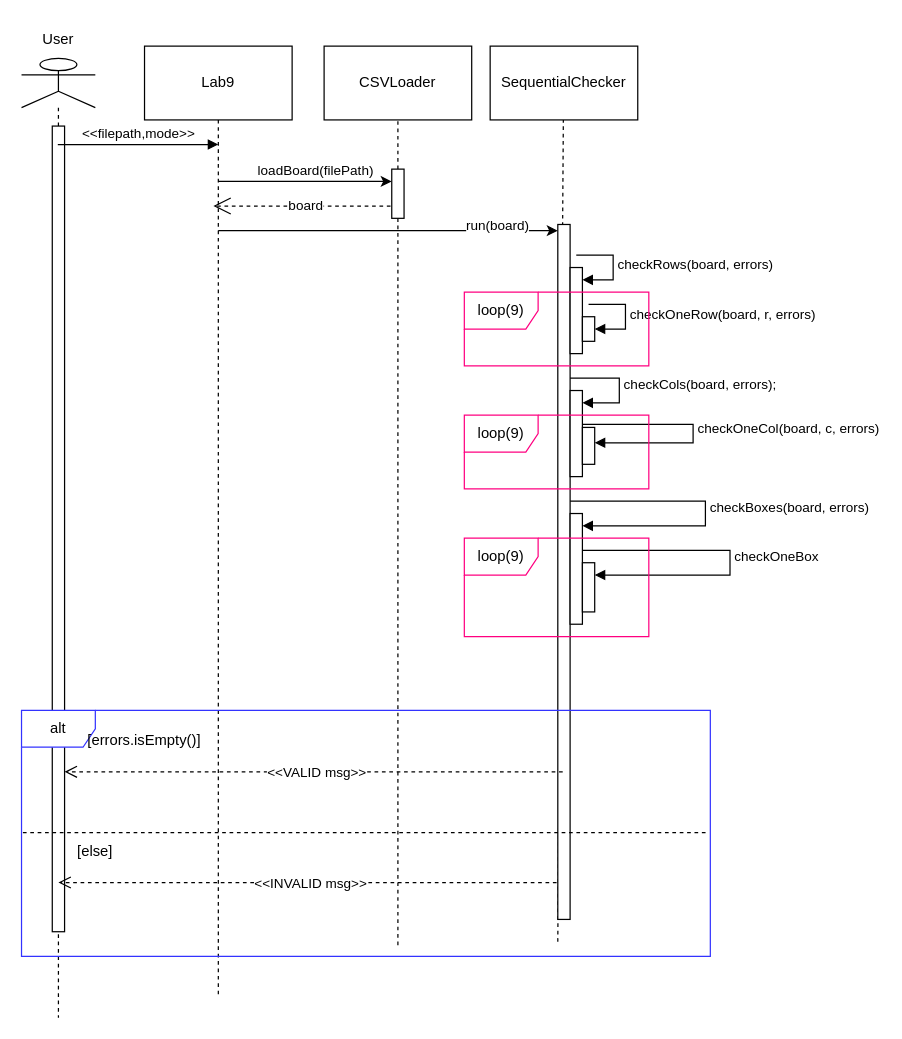
Above: mode0Sequence.drawio in asmaa580/Lab9 (draw.io), before the change. Source tidied: cells renumbered, new cells numbered last; positions are measured from the earlier drawing's top-left corner, leaving out a move shared by most shapes. Both pictures are drawn from the tidied source at 123%, with x=0, y=0 at pixel (21, 21).
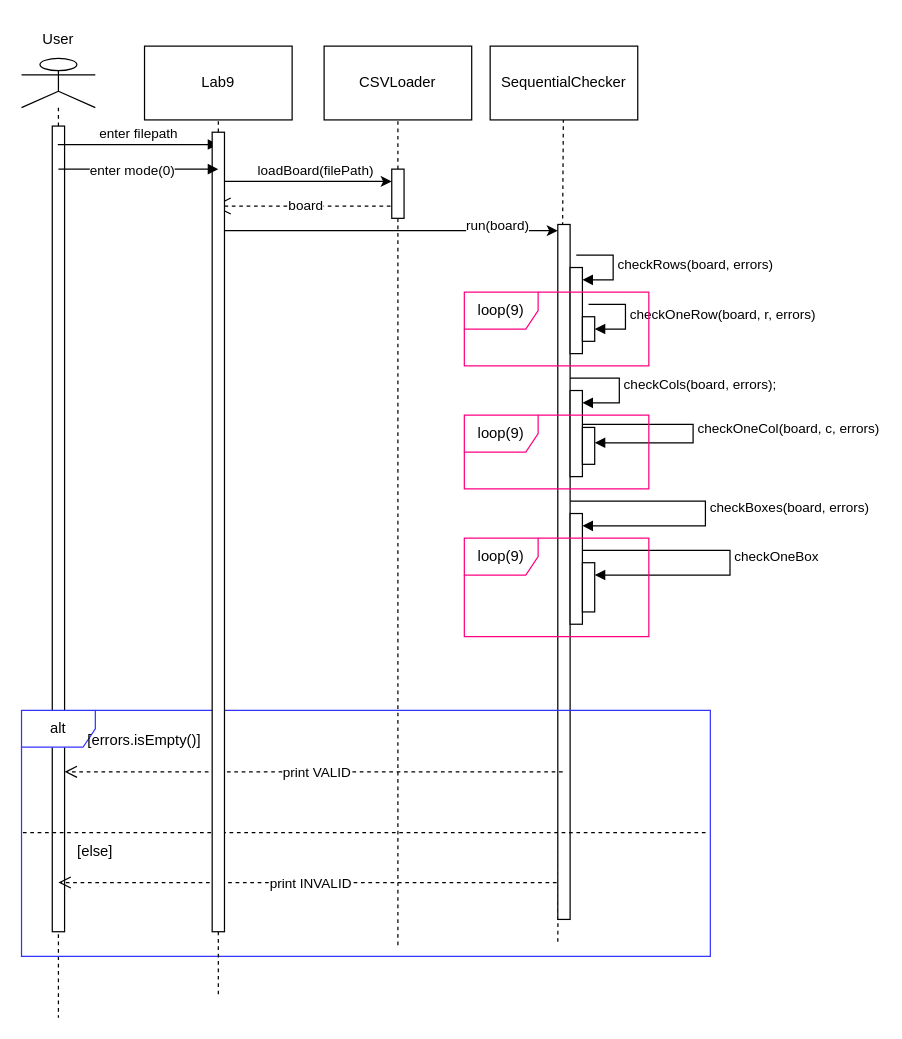
After the change.

Commit message:
final changes to mode0 sequence diagram

The change refers to these unchanged cells:
```xml
<mxCell id="26" value="Lab9" style="rounded=0;whiteSpace=wrap;html=1;" parent="1" vertex="1">
  <mxGeometry x="100" y="20" width="120" height="60" as="geometry" />
</mxCell>
<mxCell id="27" style="shape=umlLifeline;perimeter=lifelinePerimeter;whiteSpace=wrap;html=1;outlineConnect=0;portConstraint=eastwest;newEdgeStyle={&quot;curved&quot;:0,&quot;rounded&quot;:0};participant=umlActor;" parent="1" vertex="1">
  <mxGeometry y="30" width="60" height="780" as="geometry" />
</mxCell>
<mxCell id="28" style="html=1;points=[[0,0,0,0,5],[0,1,0,0,-5],[1,0,0,0,5],[1,1,0,0,-5]];perimeter=orthogonalPerimeter;outlineConnect=0;targetShapes=umlLifeline;portConstraint=eastwest;newEdgeStyle={&quot;curved&quot;:0,&quot;rounded&quot;:0};" parent="27" vertex="1">
  <mxGeometry x="25" y="55" width="10" height="655" as="geometry" />
</mxCell>
```

Diff of the diagram source:
```diff
@@
-    <mxCell id="29" style="endArrow=none;dashed=1;html=1;rounded=0;entryX=0.5;entryY=1;entryDx=0;entryDy=0;" parent="1" edge="1" target="26">
-      <mxGeometry relative="1" as="geometry">
-        <mxPoint x="160" y="790.9" as="sourcePoint" />
-      </mxGeometry>
+    <mxCell id="29" style="endArrow=none;dashed=1;html=1;rounded=0;entryX=0.5;entryY=1;entryDx=0;entryDy=0;" parent="1" edge="1" source="42" target="26">
+      <mxGeometry relative="1" as="geometry" />
     </mxCell>
@@
-    <mxCell id="31" value="&amp;lt;&amp;lt;filepath,mode&amp;gt;&amp;gt;" style="html=1;verticalAlign=bottom;endArrow=block;curved=0;rounded=0;" parent="1" edge="1" source="27">
+    <mxCell id="31" value="enter filepath" style="html=1;verticalAlign=bottom;endArrow=block;curved=0;rounded=0;" parent="1" edge="1" source="27">
       <mxGeometry relative="1" as="geometry">
         <mxPoint x="160" y="100" as="targetPoint" />
       </mxGeometry>
     </mxCell>
@@
-    <mxCell id="39" value="&amp;lt;&amp;lt;VALID msg&amp;gt;&amp;gt;" style="html=1;verticalAlign=bottom;endArrow=open;dashed=1;endSize=8;curved=0;rounded=0;" parent="1" edge="1" target="28">
+    <mxCell id="39" value="print VALID" style="html=1;verticalAlign=bottom;endArrow=open;dashed=1;endSize=8;curved=0;rounded=0;" parent="1" edge="1" target="28">
       <mxGeometry x="-0.01" y="10" relative="1" as="geometry">
         <mxPoint x="440" y="610" as="sourcePoint" />
       </mxGeometry>
     </mxCell>
-    <mxCell id="40" value="&amp;lt;&amp;lt;INVALID msg&amp;gt;&amp;gt;" style="html=1;verticalAlign=bottom;endArrow=open;dashed=1;endSize=8;curved=0;rounded=0;" parent="1" edge="1">
+    <mxCell id="40" value="print INVALID" style="html=1;verticalAlign=bottom;endArrow=open;dashed=1;endSize=8;curved=0;rounded=0;" parent="1" edge="1">
       <mxGeometry x="-0.01" y="10" relative="1" as="geometry">
         <mxPoint x="435" y="700" as="sourcePoint" />
         <mxPoint x="30" y="700" as="targetPoint" />
       </mxGeometry>
     </mxCell>
+    <mxCell id="41" style="endArrow=none;dashed=1;html=1;rounded=0;entryX=0.5;entryY=1;entryDx=0;entryDy=0;" parent="1" edge="1" target="42">
+      <mxGeometry relative="1" as="geometry">
+        <mxPoint x="160" y="790.9" as="sourcePoint" />
+      </mxGeometry>
+    </mxCell>
+    <mxCell id="42" style="html=1;points=[[0,0,0,0,5],[0,1,0,0,-5],[1,0,0,0,5],[1,1,0,0,-5]];perimeter=orthogonalPerimeter;outlineConnect=0;targetShapes=umlLifeline;portConstraint=eastwest;newEdgeStyle={&quot;curved&quot;:0,&quot;rounded&quot;:0};" parent="1" vertex="1">
+      <mxGeometry x="155" y="90" width="10" height="650" as="geometry" />
+    </mxCell>
+    <mxCell id="43" value="enter mode(0)" style="html=1;verticalAlign=bottom;endArrow=block;curved=0;rounded=0;" parent="1" edge="1">
+      <mxGeometry x="-0.08" y="-10" relative="1" as="geometry">
+        <mxPoint x="30" y="120" as="sourcePoint" />
+        <mxPoint x="160" y="120" as="targetPoint" />
+      </mxGeometry>
+    </mxCell>
```
